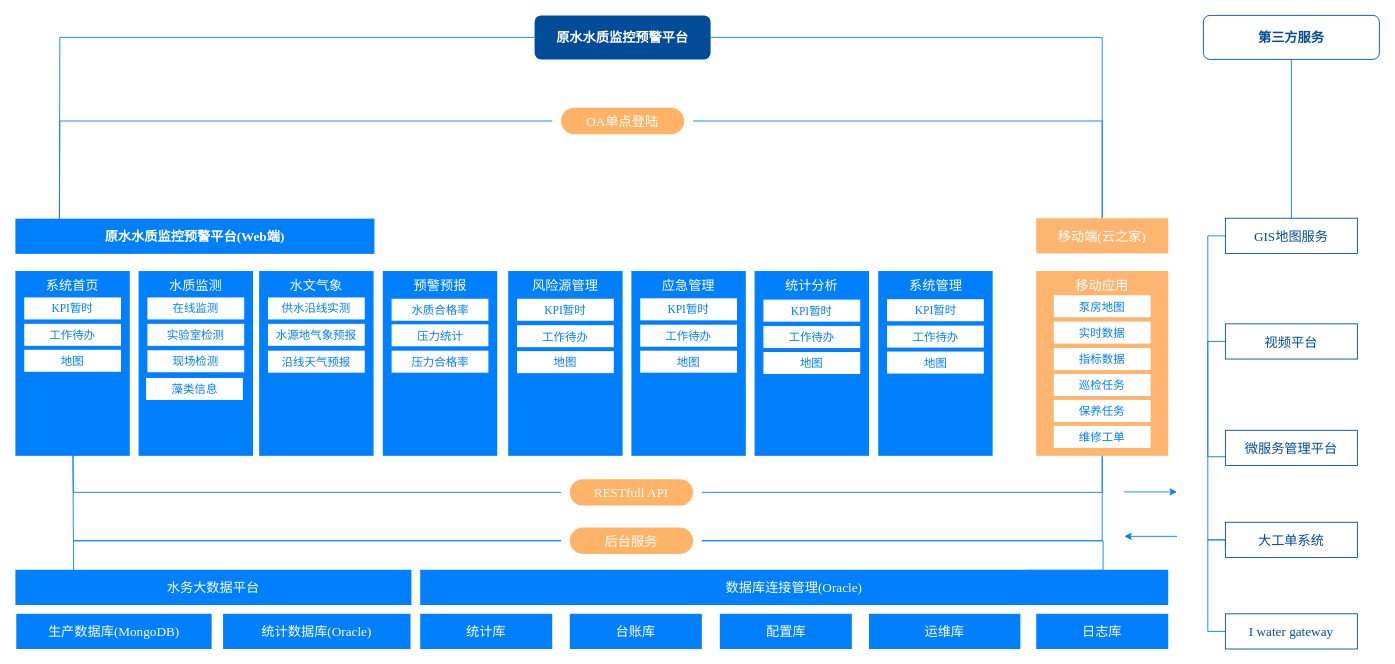
The draw.io diagram page "原水-功能架构图" (6 of 8) of 二供ER图.drawio in lpeng589/draw, before the edit. Source tidied: cells renumbered, new cells numbered last; positions are measured from the earlier drawing's top-left corner, leaving out a move shared by most shapes. Both pictures are drawn from the tidied source at 88%, with x=0, y=0 at pixel (15, 15).
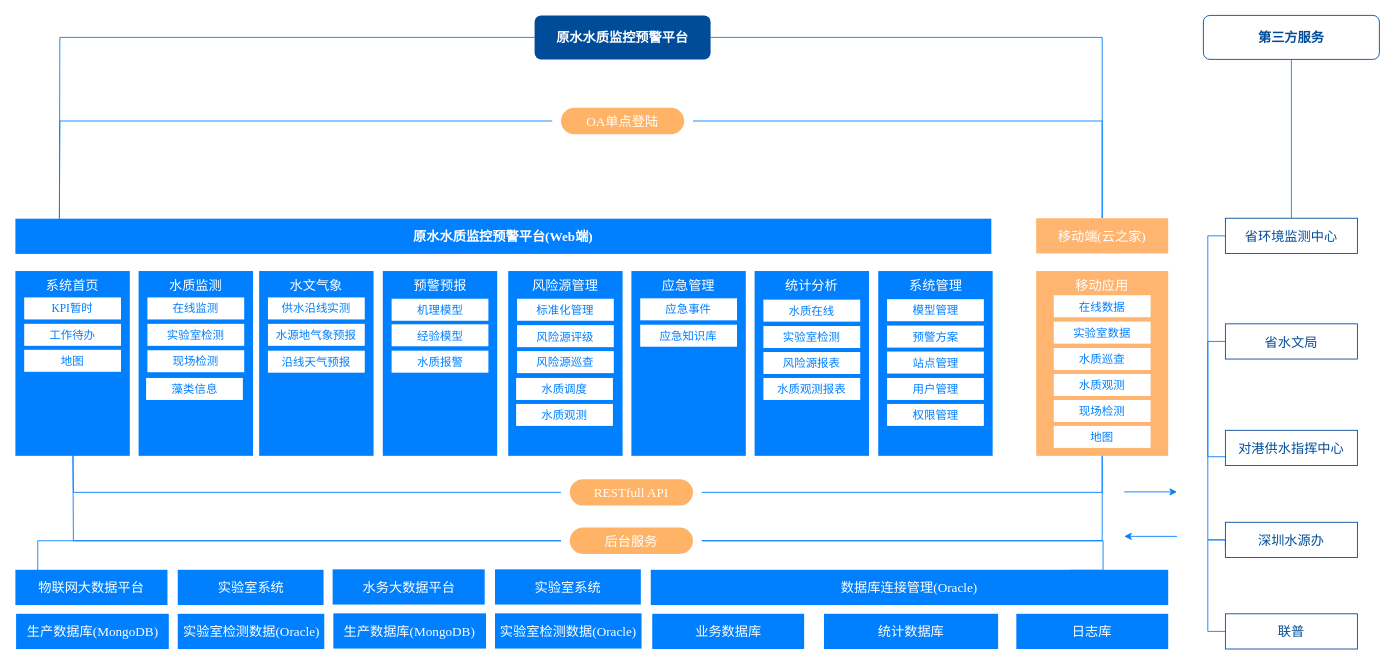
The same page after the edit.

Diff of the diagram source:
```diff
@@
     <mxCell id="2" value="&lt;span style=&quot;font-weight: 700 ; white-space: normal&quot;&gt;原水水质监控预警平台(Web端)&lt;/span&gt;" style="rounded=0;whiteSpace=wrap;html=1;fontSize=15;align=center;labelBackgroundColor=none;fillColor=#007FFF;fontColor=#FFFFFF;strokeColor=none;fontFamily=Times New Roman;" parent="1" vertex="1">
-      <mxGeometry y="231" width="408" height="40" as="geometry" />
+      <mxGeometry y="231" width="1109" height="40" as="geometry" />
     </mxCell>
@@
-    <mxCell id="23" value="泵房地图" style="rounded=0;whiteSpace=wrap;html=1;fontSize=13;align=center;labelBackgroundColor=none;fillColor=#FFFFFF;fontColor=#007FFF;strokeColor=none;fontFamily=Times New Roman;" parent="1" vertex="1">
+    <mxCell id="23" value="在线数据" style="rounded=0;whiteSpace=wrap;html=1;fontSize=13;align=center;labelBackgroundColor=none;fillColor=#FFFFFF;fontColor=#007FFF;strokeColor=none;fontFamily=Times New Roman;" parent="1" vertex="1">
       <mxGeometry x="1180" y="318" width="110" height="25" as="geometry" />
     </mxCell>
-    <mxCell id="24" value="实时数据" style="rounded=0;whiteSpace=wrap;html=1;fontSize=13;align=center;labelBackgroundColor=none;fillColor=#FFFFFF;fontColor=#007FFF;strokeColor=none;fontFamily=Times New Roman;" parent="1" vertex="1">
+    <mxCell id="24" value="实验室数据" style="rounded=0;whiteSpace=wrap;html=1;fontSize=13;align=center;labelBackgroundColor=none;fillColor=#FFFFFF;fontColor=#007FFF;strokeColor=none;fontFamily=Times New Roman;" parent="1" vertex="1">
       <mxGeometry x="1180" y="348" width="110" height="25" as="geometry" />
     </mxCell>
-    <mxCell id="25" value="指标数据" style="rounded=0;whiteSpace=wrap;html=1;fontSize=13;align=center;labelBackgroundColor=none;fillColor=#FFFFFF;fontColor=#007FFF;strokeColor=none;fontFamily=Times New Roman;" parent="1" vertex="1">
+    <mxCell id="25" value="水质巡查" style="rounded=0;whiteSpace=wrap;html=1;fontSize=13;align=center;labelBackgroundColor=none;fillColor=#FFFFFF;fontColor=#007FFF;strokeColor=none;fontFamily=Times New Roman;" parent="1" vertex="1">
       <mxGeometry x="1180" y="378" width="110" height="25" as="geometry" />
     </mxCell>
-    <mxCell id="26" value="巡检任务" style="rounded=0;whiteSpace=wrap;html=1;fontSize=13;align=center;labelBackgroundColor=none;fillColor=#FFFFFF;fontColor=#007FFF;strokeColor=none;fontFamily=Times New Roman;" parent="1" vertex="1">
+    <mxCell id="26" value="水质观测" style="rounded=0;whiteSpace=wrap;html=1;fontSize=13;align=center;labelBackgroundColor=none;fillColor=#FFFFFF;fontColor=#007FFF;strokeColor=none;fontFamily=Times New Roman;" parent="1" vertex="1">
       <mxGeometry x="1180" y="407.5" width="110" height="25" as="geometry" />
     </mxCell>
-    <mxCell id="27" value="保养任务" style="rounded=0;whiteSpace=wrap;html=1;fontSize=13;align=center;labelBackgroundColor=none;fillColor=#FFFFFF;fontColor=#007FFF;strokeColor=none;fontFamily=Times New Roman;" parent="1" vertex="1">
+    <mxCell id="27" value="现场检测" style="rounded=0;whiteSpace=wrap;html=1;fontSize=13;align=center;labelBackgroundColor=none;fillColor=#FFFFFF;fontColor=#007FFF;strokeColor=none;fontFamily=Times New Roman;" parent="1" vertex="1">
       <mxGeometry x="1180" y="437" width="110" height="25" as="geometry" />
     </mxCell>
-    <mxCell id="28" value="维修工单" style="rounded=0;whiteSpace=wrap;html=1;fontSize=13;align=center;labelBackgroundColor=none;fillColor=#FFFFFF;fontColor=#007FFF;strokeColor=none;fontFamily=Times New Roman;" parent="1" vertex="1">
+    <mxCell id="28" value="地图" style="rounded=0;whiteSpace=wrap;html=1;fontSize=13;align=center;labelBackgroundColor=none;fillColor=#FFFFFF;fontColor=#007FFF;strokeColor=none;fontFamily=Times New Roman;" parent="1" vertex="1">
       <mxGeometry x="1180" y="466.5" width="110" height="25" as="geometry" />
     </mxCell>
@@
-    <mxCell id="37" value="水务大数据平台" style="rounded=0;whiteSpace=wrap;html=1;fontSize=15;align=center;labelBackgroundColor=none;fillColor=#007FFF;fontColor=#FFFFFF;strokeColor=none;fontFamily=Times New Roman;" parent="1" vertex="1">
-      <mxGeometry y="630" width="450" height="40" as="geometry" />
-    </mxCell>
-    <mxCell id="38" value="生产数据库(MongoDB)" style="rounded=0;whiteSpace=wrap;html=1;fontSize=15;align=center;labelBackgroundColor=none;fillColor=#007FFF;fontColor=#FFFFFF;strokeColor=none;fontFamily=Times New Roman;" parent="1" vertex="1">
-      <mxGeometry x="1" y="680" width="222" height="40" as="geometry" />
-    </mxCell>
-    <mxCell id="39" value="数据库连接管理(Oracle)" style="rounded=0;whiteSpace=wrap;html=1;fontSize=15;align=center;labelBackgroundColor=none;fillColor=#007FFF;fontColor=#FFFFFF;strokeColor=none;fontFamily=Times New Roman;" parent="1" vertex="1">
-      <mxGeometry x="460" y="630" width="850" height="40" as="geometry" />
-    </mxCell>
-    <mxCell id="40" value="统计库" style="rounded=0;whiteSpace=wrap;html=1;fontSize=15;align=center;labelBackgroundColor=none;fillColor=#007FFF;fontColor=#FFFFFF;strokeColor=none;fontFamily=Times New Roman;" parent="1" vertex="1">
-      <mxGeometry x="460" y="680" width="150" height="40" as="geometry" />
-    </mxCell>
@@
-    <mxCell id="44" value="GIS地图服务" style="rounded=0;whiteSpace=wrap;html=1;fontSize=15;align=center;labelBackgroundColor=none;fontFamily=Times New Roman;strokeColor=#004C99;fontColor=#004C99;" parent="1" vertex="1">
+    <mxCell id="44" value="省环境监测中心" style="rounded=0;whiteSpace=wrap;html=1;fontSize=15;align=center;labelBackgroundColor=none;fontFamily=Times New Roman;strokeColor=#004C99;fontColor=#004C99;" parent="1" vertex="1">
       <mxGeometry x="1375" y="230.5" width="150" height="40" as="geometry" />
     </mxCell>
@@
-    <mxCell id="46" value="视频平台" style="rounded=0;whiteSpace=wrap;html=1;fontSize=15;align=center;labelBackgroundColor=none;fontFamily=Times New Roman;strokeColor=#004C99;fontColor=#004C99;" parent="1" vertex="1">
+    <mxCell id="46" value="省水文局" style="rounded=0;whiteSpace=wrap;html=1;fontSize=15;align=center;labelBackgroundColor=none;fontFamily=Times New Roman;strokeColor=#004C99;fontColor=#004C99;" parent="1" vertex="1">
       <mxGeometry x="1375" y="350.5" width="150" height="40" as="geometry" />
     </mxCell>
@@
-    <mxCell id="48" value="大工单系统" style="rounded=0;whiteSpace=wrap;html=1;fontSize=15;align=center;labelBackgroundColor=none;fontFamily=Times New Roman;strokeColor=#004C99;fontColor=#004C99;fontStyle=0;" parent="1" vertex="1">
+    <mxCell id="48" value="深圳水源办" style="rounded=0;whiteSpace=wrap;html=1;fontSize=15;align=center;labelBackgroundColor=none;fontFamily=Times New Roman;strokeColor=#004C99;fontColor=#004C99;fontStyle=0;" parent="1" vertex="1">
       <mxGeometry x="1375" y="576" width="150" height="40" as="geometry" />
     </mxCell>
-    <mxCell id="49" value="微服务管理平台" style="rounded=0;whiteSpace=wrap;html=1;fontSize=15;align=center;labelBackgroundColor=none;fontFamily=Times New Roman;strokeColor=#004C99;fontColor=#004C99;" parent="1" vertex="1">
+    <mxCell id="49" value="对港供水指挥中心" style="rounded=0;whiteSpace=wrap;html=1;fontSize=15;align=center;labelBackgroundColor=none;fontFamily=Times New Roman;strokeColor=#004C99;fontColor=#004C99;" parent="1" vertex="1">
       <mxGeometry x="1375" y="471.5" width="150" height="40" as="geometry" />
     </mxCell>
@@
-    <mxCell id="52" value="&lt;span style=&quot;&quot;&gt;I water gateway&lt;/span&gt;" style="rounded=0;whiteSpace=wrap;html=1;fontSize=15;align=center;labelBackgroundColor=none;fontFamily=Times New Roman;strokeColor=#004C99;fontColor=#004C99;" parent="1" vertex="1">
+    <mxCell id="52" value="&lt;span&gt;联普&lt;/span&gt;" style="rounded=0;whiteSpace=wrap;html=1;fontSize=15;align=center;labelBackgroundColor=none;fontFamily=Times New Roman;strokeColor=#004C99;fontColor=#004C99;" parent="1" vertex="1">
       <mxGeometry x="1375" y="680" width="150" height="40" as="geometry" />
     </mxCell>
-    <mxCell id="53" value="台账库" style="rounded=0;whiteSpace=wrap;html=1;fontSize=15;align=center;labelBackgroundColor=none;fillColor=#007FFF;fontColor=#FFFFFF;strokeColor=none;fontFamily=Times New Roman;" parent="1" vertex="1">
-      <mxGeometry x="630" y="680" width="150" height="40" as="geometry" />
-    </mxCell>
-    <mxCell id="54" value="配置库" style="rounded=0;whiteSpace=wrap;html=1;fontSize=15;align=center;labelBackgroundColor=none;fillColor=#007FFF;fontColor=#FFFFFF;strokeColor=none;fontFamily=Times New Roman;" parent="1" vertex="1">
-      <mxGeometry x="800.5" y="680" width="150" height="40" as="geometry" />
-    </mxCell>
-    <mxCell id="55" value="运维库" style="rounded=0;whiteSpace=wrap;html=1;fontSize=15;align=center;labelBackgroundColor=none;fillColor=#007FFF;fontColor=#FFFFFF;strokeColor=none;fontFamily=Times New Roman;" parent="1" vertex="1">
-      <mxGeometry x="970" y="680" width="172" height="40" as="geometry" />
-    </mxCell>
-    <mxCell id="56" value="日志库" style="rounded=0;whiteSpace=wrap;html=1;fontSize=15;align=center;labelBackgroundColor=none;fillColor=#007FFF;fontColor=#FFFFFF;strokeColor=none;fontFamily=Times New Roman;" parent="1" vertex="1">
-      <mxGeometry x="1160" y="680" width="150" height="40" as="geometry" />
-    </mxCell>
-    <mxCell id="57" value="统计数据库(Oracle)" style="rounded=0;whiteSpace=wrap;html=1;fontSize=15;align=center;labelBackgroundColor=none;fillColor=#007FFF;fontColor=#FFFFFF;strokeColor=none;fontFamily=Times New Roman;" parent="1" vertex="1">
-      <mxGeometry x="236" y="680" width="213" height="40" as="geometry" />
-    </mxCell>
@@
-    <mxCell id="64" value="水质合格率" style="rounded=0;whiteSpace=wrap;html=1;fontSize=13;align=center;labelBackgroundColor=none;fillColor=#FFFFFF;fontColor=#007FFF;strokeColor=none;fontFamily=Times New Roman;" parent="1" vertex="1">
+    <mxCell id="64" value="机理模型" style="rounded=0;whiteSpace=wrap;html=1;fontSize=13;align=center;labelBackgroundColor=none;fillColor=#FFFFFF;fontColor=#007FFF;strokeColor=none;fontFamily=Times New Roman;" parent="1" vertex="1">
       <mxGeometry x="427.5" y="322" width="110" height="25" as="geometry" />
     </mxCell>
-    <mxCell id="65" value="压力合格率" style="rounded=0;whiteSpace=wrap;html=1;fontSize=13;align=center;labelBackgroundColor=none;fillColor=#FFFFFF;fontColor=#007FFF;strokeColor=none;fontFamily=Times New Roman;" parent="1" vertex="1">
+    <mxCell id="65" value="水质报警" style="rounded=0;whiteSpace=wrap;html=1;fontSize=13;align=center;labelBackgroundColor=none;fillColor=#FFFFFF;fontColor=#007FFF;strokeColor=none;fontFamily=Times New Roman;" parent="1" vertex="1">
       <mxGeometry x="427.5" y="381" width="110" height="25" as="geometry" />
     </mxCell>
-    <mxCell id="66" value="压力统计" style="rounded=0;whiteSpace=wrap;html=1;fontSize=13;align=center;labelBackgroundColor=none;fillColor=#FFFFFF;fontColor=#007FFF;strokeColor=none;fontFamily=Times New Roman;" parent="1" vertex="1">
+    <mxCell id="66" value="经验模型" style="rounded=0;whiteSpace=wrap;html=1;fontSize=13;align=center;labelBackgroundColor=none;fillColor=#FFFFFF;fontColor=#007FFF;strokeColor=none;fontFamily=Times New Roman;" parent="1" vertex="1">
       <mxGeometry x="427.5" y="351" width="110" height="25" as="geometry" />
     </mxCell>
-    <mxCell id="67" value="KPI暂时" style="rounded=0;whiteSpace=wrap;html=1;fontSize=13;align=center;labelBackgroundColor=none;fillColor=#FFFFFF;fontColor=#007FFF;strokeColor=none;fontFamily=Times New Roman;" parent="1" vertex="1">
+    <mxCell id="67" value="标准化管理" style="rounded=0;whiteSpace=wrap;html=1;fontSize=13;align=center;labelBackgroundColor=none;fillColor=#FFFFFF;fontColor=#007FFF;strokeColor=none;fontFamily=Times New Roman;" parent="1" vertex="1">
       <mxGeometry x="570" y="322" width="110" height="25" as="geometry" />
     </mxCell>
-    <mxCell id="68" value="工作待办" style="rounded=0;whiteSpace=wrap;html=1;fontSize=13;align=center;labelBackgroundColor=none;fillColor=#FFFFFF;fontColor=#007FFF;strokeColor=none;fontFamily=Times New Roman;" parent="1" vertex="1">
+    <mxCell id="68" value="风险源评级" style="rounded=0;whiteSpace=wrap;html=1;fontSize=13;align=center;labelBackgroundColor=none;fillColor=#FFFFFF;fontColor=#007FFF;strokeColor=none;fontFamily=Times New Roman;" parent="1" vertex="1">
       <mxGeometry x="570" y="352" width="110" height="25" as="geometry" />
     </mxCell>
-    <mxCell id="69" value="地图" style="rounded=0;whiteSpace=wrap;html=1;fontSize=13;align=center;labelBackgroundColor=none;fillColor=#FFFFFF;fontColor=#007FFF;strokeColor=none;fontFamily=Times New Roman;" parent="1" vertex="1">
+    <mxCell id="69" value="风险源巡查" style="rounded=0;whiteSpace=wrap;html=1;fontSize=13;align=center;labelBackgroundColor=none;fillColor=#FFFFFF;fontColor=#007FFF;strokeColor=none;fontFamily=Times New Roman;" parent="1" vertex="1">
       <mxGeometry x="570" y="381.5" width="110" height="25" as="geometry" />
     </mxCell>
-    <mxCell id="70" value="KPI暂时" style="rounded=0;whiteSpace=wrap;html=1;fontSize=13;align=center;labelBackgroundColor=none;fillColor=#FFFFFF;fontColor=#007FFF;strokeColor=none;fontFamily=Times New Roman;" parent="1" vertex="1">
+    <mxCell id="70" value="应急事件" style="rounded=0;whiteSpace=wrap;html=1;fontSize=13;align=center;labelBackgroundColor=none;fillColor=#FFFFFF;fontColor=#007FFF;strokeColor=none;fontFamily=Times New Roman;" parent="1" vertex="1">
       <mxGeometry x="710" y="321.5" width="110" height="25" as="geometry" />
     </mxCell>
-    <mxCell id="71" value="工作待办" style="rounded=0;whiteSpace=wrap;html=1;fontSize=13;align=center;labelBackgroundColor=none;fillColor=#FFFFFF;fontColor=#007FFF;strokeColor=none;fontFamily=Times New Roman;" parent="1" vertex="1">
+    <mxCell id="71" value="应急知识库" style="rounded=0;whiteSpace=wrap;html=1;fontSize=13;align=center;labelBackgroundColor=none;fillColor=#FFFFFF;fontColor=#007FFF;strokeColor=none;fontFamily=Times New Roman;" parent="1" vertex="1">
       <mxGeometry x="710" y="351.5" width="110" height="25" as="geometry" />
     </mxCell>
-    <mxCell id="72" value="地图" style="rounded=0;whiteSpace=wrap;html=1;fontSize=13;align=center;labelBackgroundColor=none;fillColor=#FFFFFF;fontColor=#007FFF;strokeColor=none;fontFamily=Times New Roman;" parent="1" vertex="1">
-      <mxGeometry x="710" y="381" width="110" height="25" as="geometry" />
-    </mxCell>
-    <mxCell id="73" value="KPI暂时" style="rounded=0;whiteSpace=wrap;html=1;fontSize=13;align=center;labelBackgroundColor=none;fillColor=#FFFFFF;fontColor=#007FFF;strokeColor=none;fontFamily=Times New Roman;" parent="1" vertex="1">
+    <mxCell id="73" value="水质在线" style="rounded=0;whiteSpace=wrap;html=1;fontSize=13;align=center;labelBackgroundColor=none;fillColor=#FFFFFF;fontColor=#007FFF;strokeColor=none;fontFamily=Times New Roman;" parent="1" vertex="1">
       <mxGeometry x="850" y="323" width="110" height="25" as="geometry" />
     </mxCell>
-    <mxCell id="74" value="工作待办" style="rounded=0;whiteSpace=wrap;html=1;fontSize=13;align=center;labelBackgroundColor=none;fillColor=#FFFFFF;fontColor=#007FFF;strokeColor=none;fontFamily=Times New Roman;" parent="1" vertex="1">
+    <mxCell id="74" value="实验室检测" style="rounded=0;whiteSpace=wrap;html=1;fontSize=13;align=center;labelBackgroundColor=none;fillColor=#FFFFFF;fontColor=#007FFF;strokeColor=none;fontFamily=Times New Roman;" parent="1" vertex="1">
       <mxGeometry x="850" y="353" width="110" height="25" as="geometry" />
     </mxCell>
-    <mxCell id="75" value="地图" style="rounded=0;whiteSpace=wrap;html=1;fontSize=13;align=center;labelBackgroundColor=none;fillColor=#FFFFFF;fontColor=#007FFF;strokeColor=none;fontFamily=Times New Roman;" parent="1" vertex="1">
+    <mxCell id="75" value="风险源报表" style="rounded=0;whiteSpace=wrap;html=1;fontSize=13;align=center;labelBackgroundColor=none;fillColor=#FFFFFF;fontColor=#007FFF;strokeColor=none;fontFamily=Times New Roman;" parent="1" vertex="1">
       <mxGeometry x="850" y="382.5" width="110" height="25" as="geometry" />
     </mxCell>
-    <mxCell id="76" value="KPI暂时" style="rounded=0;whiteSpace=wrap;html=1;fontSize=13;align=center;labelBackgroundColor=none;fillColor=#FFFFFF;fontColor=#007FFF;strokeColor=none;fontFamily=Times New Roman;" parent="1" vertex="1">
+    <mxCell id="76" value="模型管理" style="rounded=0;whiteSpace=wrap;html=1;fontSize=13;align=center;labelBackgroundColor=none;fillColor=#FFFFFF;fontColor=#007FFF;strokeColor=none;fontFamily=Times New Roman;" parent="1" vertex="1">
       <mxGeometry x="990.5" y="322.5" width="110" height="25" as="geometry" />
     </mxCell>
-    <mxCell id="77" value="工作待办" style="rounded=0;whiteSpace=wrap;html=1;fontSize=13;align=center;labelBackgroundColor=none;fillColor=#FFFFFF;fontColor=#007FFF;strokeColor=none;fontFamily=Times New Roman;" parent="1" vertex="1">
+    <mxCell id="77" value="预警方案" style="rounded=0;whiteSpace=wrap;html=1;fontSize=13;align=center;labelBackgroundColor=none;fillColor=#FFFFFF;fontColor=#007FFF;strokeColor=none;fontFamily=Times New Roman;" parent="1" vertex="1">
       <mxGeometry x="990.5" y="352.5" width="110" height="25" as="geometry" />
     </mxCell>
-    <mxCell id="78" value="地图" style="rounded=0;whiteSpace=wrap;html=1;fontSize=13;align=center;labelBackgroundColor=none;fillColor=#FFFFFF;fontColor=#007FFF;strokeColor=none;fontFamily=Times New Roman;" parent="1" vertex="1">
+    <mxCell id="78" value="站点管理" style="rounded=0;whiteSpace=wrap;html=1;fontSize=13;align=center;labelBackgroundColor=none;fillColor=#FFFFFF;fontColor=#007FFF;strokeColor=none;fontFamily=Times New Roman;" parent="1" vertex="1">
       <mxGeometry x="990.5" y="382" width="110" height="25" as="geometry" />
     </mxCell>
+    <mxCell id="79" value="水质调度" style="rounded=0;whiteSpace=wrap;html=1;fontSize=13;align=center;labelBackgroundColor=none;fillColor=#FFFFFF;fontColor=#007FFF;strokeColor=none;fontFamily=Times New Roman;" parent="1" vertex="1">
+      <mxGeometry x="569" y="412" width="110" height="25" as="geometry" />
+    </mxCell>
+    <mxCell id="80" value="水质观测" style="rounded=0;whiteSpace=wrap;html=1;fontSize=13;align=center;labelBackgroundColor=none;fillColor=#FFFFFF;fontColor=#007FFF;strokeColor=none;fontFamily=Times New Roman;" parent="1" vertex="1">
+      <mxGeometry x="569" y="441.5" width="110" height="25" as="geometry" />
+    </mxCell>
+    <mxCell id="81" value="水质观测报表" style="rounded=0;whiteSpace=wrap;html=1;fontSize=13;align=center;labelBackgroundColor=none;fillColor=#FFFFFF;fontColor=#007FFF;strokeColor=none;fontFamily=Times New Roman;" parent="1" vertex="1">
+      <mxGeometry x="850" y="412" width="110" height="25" as="geometry" />
+    </mxCell>
+    <mxCell id="82" value="用户管理" style="rounded=0;whiteSpace=wrap;html=1;fontSize=13;align=center;labelBackgroundColor=none;fillColor=#FFFFFF;fontColor=#007FFF;strokeColor=none;fontFamily=Times New Roman;" parent="1" vertex="1">
+      <mxGeometry x="990.5" y="412" width="110" height="25" as="geometry" />
+    </mxCell>
+    <mxCell id="83" value="权限管理" style="rounded=0;whiteSpace=wrap;html=1;fontSize=13;align=center;labelBackgroundColor=none;fillColor=#FFFFFF;fontColor=#007FFF;strokeColor=none;fontFamily=Times New Roman;" parent="1" vertex="1">
+      <mxGeometry x="990.5" y="441.5" width="110" height="25" as="geometry" />
+    </mxCell>
+    <mxCell id="84" style="group;" parent="1" vertex="1">
+      <mxGeometry x="722" y="630" width="588" height="90" as="geometry" />
+    </mxCell>
+    <mxCell id="39" value="数据库连接管理(Oracle)" style="rounded=0;whiteSpace=wrap;html=1;fontSize=15;align=center;labelBackgroundColor=none;fillColor=#007FFF;fontColor=#FFFFFF;strokeColor=none;fontFamily=Times New Roman;" parent="84" vertex="1">
+      <mxGeometry width="588" height="40" as="geometry" />
+    </mxCell>
+    <mxCell id="54" value="业务数据库" style="rounded=0;whiteSpace=wrap;html=1;fontSize=15;align=center;labelBackgroundColor=none;fillColor=#007FFF;fontColor=#FFFFFF;strokeColor=none;fontFamily=Times New Roman;" parent="84" vertex="1">
+      <mxGeometry x="1.7" y="50" width="172.6" height="40" as="geometry" />
+    </mxCell>
+    <mxCell id="55" value="统计数据库" style="rounded=0;whiteSpace=wrap;html=1;fontSize=15;align=center;labelBackgroundColor=none;fillColor=#007FFF;fontColor=#FFFFFF;strokeColor=none;fontFamily=Times New Roman;" parent="84" vertex="1">
+      <mxGeometry x="196.8" y="50" width="197.9" height="40" as="geometry" />
+    </mxCell>
+    <mxCell id="56" value="日志库" style="rounded=0;whiteSpace=wrap;html=1;fontSize=15;align=center;labelBackgroundColor=none;fillColor=#007FFF;fontColor=#FFFFFF;strokeColor=none;fontFamily=Times New Roman;" parent="84" vertex="1">
+      <mxGeometry x="415.4" y="50" width="172.6" height="40" as="geometry" />
+    </mxCell>
+    <mxCell id="85" style="group;" parent="1" vertex="1">
+      <mxGeometry y="630" width="351" height="90" as="geometry" />
+    </mxCell>
+    <mxCell id="37" value="物联网大数据平台" style="rounded=0;whiteSpace=wrap;html=1;fontSize=15;align=center;labelBackgroundColor=none;fillColor=#007FFF;fontColor=#FFFFFF;strokeColor=none;fontFamily=Times New Roman;" parent="85" vertex="1">
+      <mxGeometry width="172.8" height="40" as="geometry" />
+    </mxCell>
+    <mxCell id="38" value="生产数据库(MongoDB)" style="rounded=0;whiteSpace=wrap;html=1;fontSize=15;align=center;labelBackgroundColor=none;fillColor=#007FFF;fontColor=#FFFFFF;strokeColor=none;fontFamily=Times New Roman;" parent="85" vertex="1">
+      <mxGeometry x="0.8" y="50" width="173.5" height="40" as="geometry" />
+    </mxCell>
+    <mxCell id="57" value="实验室检测数据(Oracle)" style="rounded=0;whiteSpace=wrap;html=1;fontSize=15;align=center;labelBackgroundColor=none;fillColor=#007FFF;fontColor=#FFFFFF;strokeColor=none;fontFamily=Times New Roman;" parent="85" vertex="1">
+      <mxGeometry x="184.5" y="50" width="166.5" height="40" as="geometry" />
+    </mxCell>
+    <mxCell id="86" value="实验室系统" style="rounded=0;whiteSpace=wrap;html=1;fontSize=15;align=center;labelBackgroundColor=none;fillColor=#007FFF;fontColor=#FFFFFF;strokeColor=none;fontFamily=Times New Roman;" parent="85" vertex="1">
+      <mxGeometry x="184.5" width="165.7" height="40" as="geometry" />
+    </mxCell>
+    <mxCell id="87" style="group;" parent="1" vertex="1">
+      <mxGeometry x="360.5" y="629.5" width="351" height="90" as="geometry" />
+    </mxCell>
+    <mxCell id="88" value="水务大数据平台" style="rounded=0;whiteSpace=wrap;html=1;fontSize=15;align=center;labelBackgroundColor=none;fillColor=#007FFF;fontColor=#FFFFFF;strokeColor=none;fontFamily=Times New Roman;" parent="87" vertex="1">
+      <mxGeometry width="172.8" height="40" as="geometry" />
+    </mxCell>
+    <mxCell id="89" value="生产数据库(MongoDB)" style="rounded=0;whiteSpace=wrap;html=1;fontSize=15;align=center;labelBackgroundColor=none;fillColor=#007FFF;fontColor=#FFFFFF;strokeColor=none;fontFamily=Times New Roman;" parent="87" vertex="1">
+      <mxGeometry x="0.8" y="50" width="173.5" height="40" as="geometry" />
+    </mxCell>
+    <mxCell id="90" value="实验室检测数据(Oracle)" style="rounded=0;whiteSpace=wrap;html=1;fontSize=15;align=center;labelBackgroundColor=none;fillColor=#007FFF;fontColor=#FFFFFF;strokeColor=none;fontFamily=Times New Roman;" parent="87" vertex="1">
+      <mxGeometry x="184.5" y="50" width="166.5" height="40" as="geometry" />
+    </mxCell>
+    <mxCell id="91" value="实验室系统" style="rounded=0;whiteSpace=wrap;html=1;fontSize=15;align=center;labelBackgroundColor=none;fillColor=#007FFF;fontColor=#FFFFFF;strokeColor=none;fontFamily=Times New Roman;" parent="87" vertex="1">
+      <mxGeometry x="184.5" width="165.7" height="40" as="geometry" />
+    </mxCell>
```
